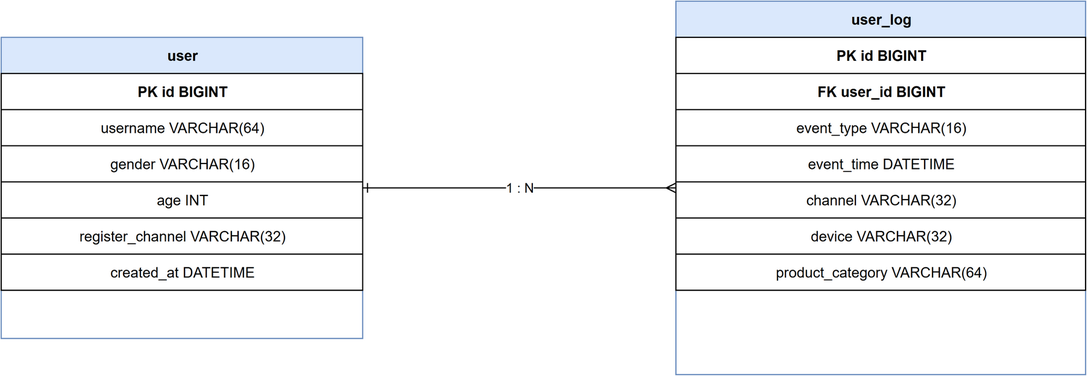
CR-730/java-course-design keeps this draw.io diagram as docs/er-diagram.drawio.png. Above is the earlier version. Source tidied: cells renumbered, new cells last; positions are measured from the earlier drawing's top-left corner, leaving out a move shared by most shapes. Its diagram source:
```xml
<mxGraphModel>
  <root>
    <mxCell id="0" />
    <mxCell id="1" parent="0" />
    <mxCell id="2" value="user" style="shape=table;startSize=30;rowLines=0;fontStyle=1;strokeColor=#6c8ebf;fillColor=#dae8fc;html=1;" parent="1" vertex="1">
      <mxGeometry y="30" width="300" height="250" as="geometry" />
    </mxCell>
    <mxCell id="3" value="PK id BIGINT" style="shape=tableRow;horizontal=1;startSize=0;swimlaneHead=0;swimlaneBody=0;fillColor=none;fontSize=12;fontStyle=1;html=1;" parent="2" vertex="1">
      <mxGeometry y="30" width="300" height="30" as="geometry" />
    </mxCell>
    <mxCell id="4" value="username VARCHAR(64)" style="shape=tableRow;horizontal=1;startSize=0;swimlaneHead=0;swimlaneBody=0;fillColor=none;fontSize=12;html=1;" parent="2" vertex="1">
      <mxGeometry y="60" width="300" height="30" as="geometry" />
    </mxCell>
    <mxCell id="5" value="gender VARCHAR(16)" style="shape=tableRow;horizontal=1;startSize=0;swimlaneHead=0;swimlaneBody=0;fillColor=none;fontSize=12;html=1;" parent="2" vertex="1">
      <mxGeometry y="90" width="300" height="30" as="geometry" />
    </mxCell>
    <mxCell id="6" value="age INT" style="shape=tableRow;horizontal=1;startSize=0;swimlaneHead=0;swimlaneBody=0;fillColor=none;fontSize=12;html=1;" parent="2" vertex="1">
      <mxGeometry y="120" width="300" height="30" as="geometry" />
    </mxCell>
    <mxCell id="7" value="register_channel VARCHAR(32)" style="shape=tableRow;horizontal=1;startSize=0;swimlaneHead=0;swimlaneBody=0;fillColor=none;fontSize=12;html=1;" parent="2" vertex="1">
      <mxGeometry y="150" width="300" height="30" as="geometry" />
    </mxCell>
    <mxCell id="8" value="created_at DATETIME" style="shape=tableRow;horizontal=1;startSize=0;swimlaneHead=0;swimlaneBody=0;fillColor=none;fontSize=12;html=1;" parent="2" vertex="1">
      <mxGeometry y="180" width="300" height="30" as="geometry" />
    </mxCell>
    <mxCell id="9" value="user_log" style="shape=table;startSize=30;rowLines=0;fontStyle=1;strokeColor=#6c8ebf;fillColor=#dae8fc;html=1;" parent="1" vertex="1">
      <mxGeometry x="560" width="340" height="310" as="geometry" />
    </mxCell>
    <mxCell id="10" value="PK id BIGINT" style="shape=tableRow;horizontal=1;startSize=0;swimlaneHead=0;swimlaneBody=0;fillColor=none;fontSize=12;fontStyle=1;html=1;" parent="9" vertex="1">
      <mxGeometry y="30" width="340" height="30" as="geometry" />
    </mxCell>
    <mxCell id="11" value="FK user_id BIGINT" style="shape=tableRow;horizontal=1;startSize=0;swimlaneHead=0;swimlaneBody=0;fillColor=none;fontSize=12;fontStyle=1;html=1;" parent="9" vertex="1">
      <mxGeometry y="60" width="340" height="30" as="geometry" />
    </mxCell>
    <mxCell id="12" value="event_type VARCHAR(16)" style="shape=tableRow;horizontal=1;startSize=0;swimlaneHead=0;swimlaneBody=0;fillColor=none;fontSize=12;html=1;" parent="9" vertex="1">
      <mxGeometry y="90" width="340" height="30" as="geometry" />
    </mxCell>
    <mxCell id="13" value="event_time DATETIME" style="shape=tableRow;horizontal=1;startSize=0;swimlaneHead=0;swimlaneBody=0;fillColor=none;fontSize=12;html=1;" parent="9" vertex="1">
      <mxGeometry y="120" width="340" height="30" as="geometry" />
    </mxCell>
    <mxCell id="14" value="channel VARCHAR(32)" style="shape=tableRow;horizontal=1;startSize=0;swimlaneHead=0;swimlaneBody=0;fillColor=none;fontSize=12;html=1;" parent="9" vertex="1">
      <mxGeometry y="150" width="340" height="30" as="geometry" />
    </mxCell>
    <mxCell id="15" value="device VARCHAR(32)" style="shape=tableRow;horizontal=1;startSize=0;swimlaneHead=0;swimlaneBody=0;fillColor=none;fontSize=12;html=1;" parent="9" vertex="1">
      <mxGeometry y="180" width="340" height="30" as="geometry" />
    </mxCell>
    <mxCell id="16" value="product_category VARCHAR(64)" style="shape=tableRow;horizontal=1;startSize=0;swimlaneHead=0;swimlaneBody=0;fillColor=none;fontSize=12;html=1;" parent="9" vertex="1">
      <mxGeometry y="210" width="340" height="30" as="geometry" />
    </mxCell>
    <mxCell id="17" value="1 : N" style="edgeStyle=orthogonalEdgeStyle;rounded=1;jettySize=auto;html=1;endArrow=ERmany;startArrow=ERone;exitX=1;exitY=0.5;exitDx=0;exitDy=0;entryX=0;entryY=0.5;entryDx=0;entryDy=0;" parent="1" edge="1" source="2" target="9">
      <mxGeometry relative="1" as="geometry" />
    </mxCell>
  </root>
</mxGraphModel>
```
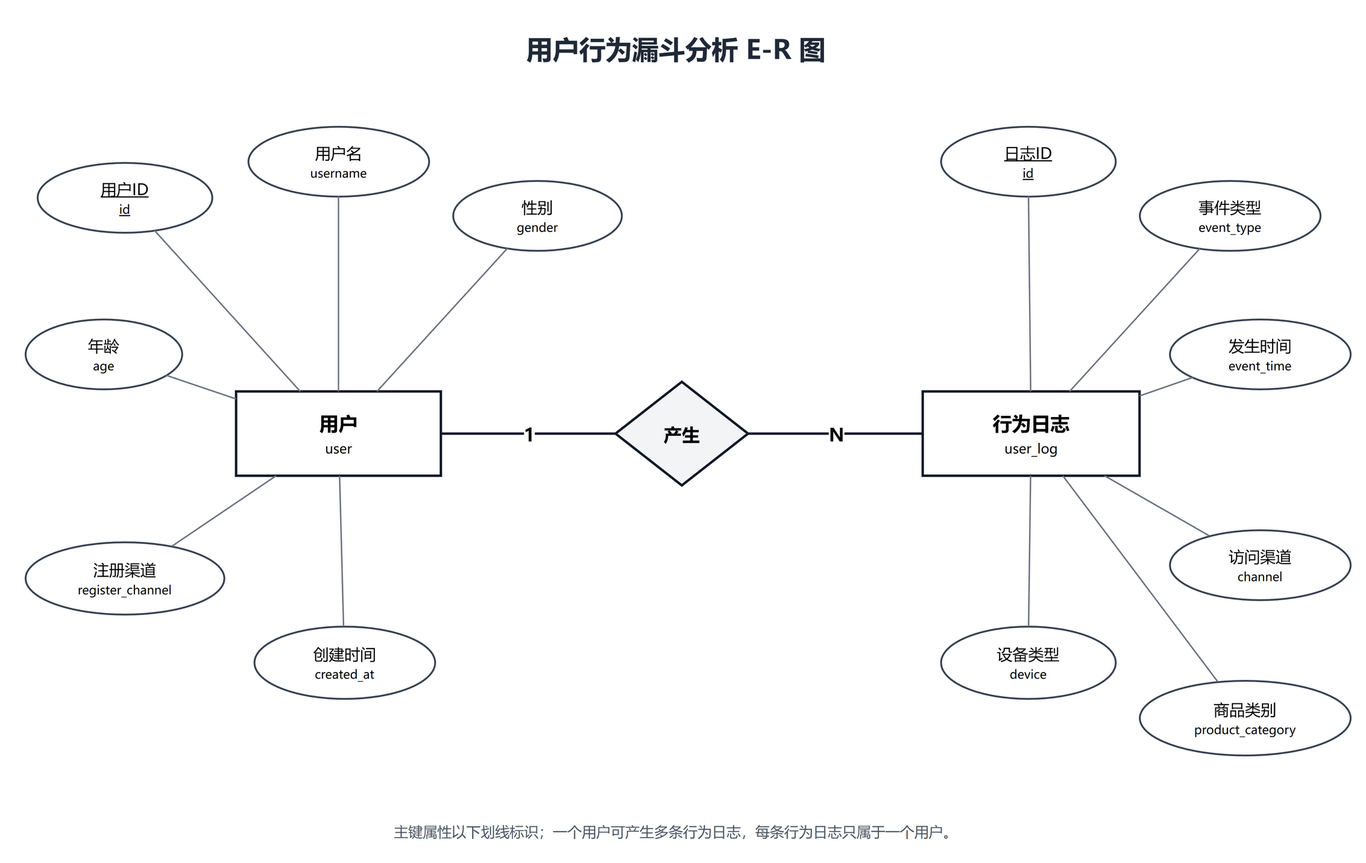
The same file after the commit.

Commit message:
docs: 按 Chen 记法重绘 E-R 图

What changed in the source:
```diff
@@ -2,53 +2,98 @@
   <root>
     <mxCell id="0" />
     <mxCell id="1" parent="0" />
-    <mxCell id="2" value="user" style="shape=table;startSize=30;rowLines=0;fontStyle=1;strokeColor=#6c8ebf;fillColor=#dae8fc;html=1;" parent="1" vertex="1">
-      <mxGeometry y="30" width="300" height="250" as="geometry" />
-    </mxCell>
-    <mxCell id="3" value="PK id BIGINT" style="shape=tableRow;horizontal=1;startSize=0;swimlaneHead=0;swimlaneBody=0;fillColor=none;fontSize=12;fontStyle=1;html=1;" parent="2" vertex="1">
-      <mxGeometry y="30" width="300" height="30" as="geometry" />
-    </mxCell>
-    <mxCell id="4" value="username VARCHAR(64)" style="shape=tableRow;horizontal=1;startSize=0;swimlaneHead=0;swimlaneBody=0;fillColor=none;fontSize=12;html=1;" parent="2" vertex="1">
-      <mxGeometry y="60" width="300" height="30" as="geometry" />
-    </mxCell>
-    <mxCell id="5" value="gender VARCHAR(16)" style="shape=tableRow;horizontal=1;startSize=0;swimlaneHead=0;swimlaneBody=0;fillColor=none;fontSize=12;html=1;" parent="2" vertex="1">
-      <mxGeometry y="90" width="300" height="30" as="geometry" />
-    </mxCell>
-    <mxCell id="6" value="age INT" style="shape=tableRow;horizontal=1;startSize=0;swimlaneHead=0;swimlaneBody=0;fillColor=none;fontSize=12;html=1;" parent="2" vertex="1">
-      <mxGeometry y="120" width="300" height="30" as="geometry" />
-    </mxCell>
-    <mxCell id="7" value="register_channel VARCHAR(32)" style="shape=tableRow;horizontal=1;startSize=0;swimlaneHead=0;swimlaneBody=0;fillColor=none;fontSize=12;html=1;" parent="2" vertex="1">
-      <mxGeometry y="150" width="300" height="30" as="geometry" />
-    </mxCell>
-    <mxCell id="8" value="created_at DATETIME" style="shape=tableRow;horizontal=1;startSize=0;swimlaneHead=0;swimlaneBody=0;fillColor=none;fontSize=12;html=1;" parent="2" vertex="1">
-      <mxGeometry y="180" width="300" height="30" as="geometry" />
-    </mxCell>
-    <mxCell id="9" value="user_log" style="shape=table;startSize=30;rowLines=0;fontStyle=1;strokeColor=#6c8ebf;fillColor=#dae8fc;html=1;" parent="1" vertex="1">
-      <mxGeometry x="560" width="340" height="310" as="geometry" />
-    </mxCell>
-    <mxCell id="10" value="PK id BIGINT" style="shape=tableRow;horizontal=1;startSize=0;swimlaneHead=0;swimlaneBody=0;fillColor=none;fontSize=12;fontStyle=1;html=1;" parent="9" vertex="1">
-      <mxGeometry y="30" width="340" height="30" as="geometry" />
-    </mxCell>
-    <mxCell id="11" value="FK user_id BIGINT" style="shape=tableRow;horizontal=1;startSize=0;swimlaneHead=0;swimlaneBody=0;fillColor=none;fontSize=12;fontStyle=1;html=1;" parent="9" vertex="1">
-      <mxGeometry y="60" width="340" height="30" as="geometry" />
-    </mxCell>
-    <mxCell id="12" value="event_type VARCHAR(16)" style="shape=tableRow;horizontal=1;startSize=0;swimlaneHead=0;swimlaneBody=0;fillColor=none;fontSize=12;html=1;" parent="9" vertex="1">
-      <mxGeometry y="90" width="340" height="30" as="geometry" />
-    </mxCell>
-    <mxCell id="13" value="event_time DATETIME" style="shape=tableRow;horizontal=1;startSize=0;swimlaneHead=0;swimlaneBody=0;fillColor=none;fontSize=12;html=1;" parent="9" vertex="1">
-      <mxGeometry y="120" width="340" height="30" as="geometry" />
-    </mxCell>
-    <mxCell id="14" value="channel VARCHAR(32)" style="shape=tableRow;horizontal=1;startSize=0;swimlaneHead=0;swimlaneBody=0;fillColor=none;fontSize=12;html=1;" parent="9" vertex="1">
-      <mxGeometry y="150" width="340" height="30" as="geometry" />
-    </mxCell>
-    <mxCell id="15" value="device VARCHAR(32)" style="shape=tableRow;horizontal=1;startSize=0;swimlaneHead=0;swimlaneBody=0;fillColor=none;fontSize=12;html=1;" parent="9" vertex="1">
-      <mxGeometry y="180" width="340" height="30" as="geometry" />
-    </mxCell>
-    <mxCell id="16" value="product_category VARCHAR(64)" style="shape=tableRow;horizontal=1;startSize=0;swimlaneHead=0;swimlaneBody=0;fillColor=none;fontSize=12;html=1;" parent="9" vertex="1">
-      <mxGeometry y="210" width="340" height="30" as="geometry" />
-    </mxCell>
-    <mxCell id="17" value="1 : N" style="edgeStyle=orthogonalEdgeStyle;rounded=1;jettySize=auto;html=1;endArrow=ERmany;startArrow=ERone;exitX=1;exitY=0.5;exitDx=0;exitDy=0;entryX=0;entryY=0.5;entryDx=0;entryDy=0;" parent="1" edge="1" source="2" target="9">
-      <mxGeometry relative="1" as="geometry" />
-    </mxCell>
+    <mxCell id="18" value="用户行为漏斗分析 E-R 图" style="text;html=1;strokeColor=none;fillColor=none;align=center;verticalAlign=middle;whiteSpace=wrap;fontFamily=Microsoft YaHei;fontSize=22;fontStyle=1;fontColor=#1f2937;" parent="1" vertex="1">
+      <mxGeometry x="230" y="-55" width="470" height="40" as="geometry" />
+    </mxCell>
+    <mxCell id="19" value="&lt;b&gt;用户&lt;/b&gt;&lt;br&gt;&lt;font style=&quot;font-size:11px&quot;&gt;user&lt;/font&gt;" style="rounded=0;whiteSpace=wrap;html=1;fillColor=#ffffff;strokeColor=#111827;strokeWidth=2;fontFamily=Microsoft YaHei;fontSize=16;align=center;verticalAlign=middle;" parent="1" vertex="1">
+      <mxGeometry x="100" y="250" width="170" height="70" as="geometry" />
+    </mxCell>
+    <mxCell id="20" value="&lt;b&gt;行为日志&lt;/b&gt;&lt;br&gt;&lt;font style=&quot;font-size:11px&quot;&gt;user_log&lt;/font&gt;" style="rounded=0;whiteSpace=wrap;html=1;fillColor=#ffffff;strokeColor=#111827;strokeWidth=2;fontFamily=Microsoft YaHei;fontSize=16;align=center;verticalAlign=middle;" parent="1" vertex="1">
+      <mxGeometry x="670" y="250" width="180" height="70" as="geometry" />
+    </mxCell>
+    <mxCell id="21" value="产生" style="rhombus;whiteSpace=wrap;html=1;fillColor=#f3f4f6;strokeColor=#111827;strokeWidth=2;fontFamily=Microsoft YaHei;fontSize=15;fontStyle=1;align=center;verticalAlign=middle;" parent="1" vertex="1">
+      <mxGeometry x="415" y="242" width="110" height="86" as="geometry" />
+    </mxCell>
+    <mxCell id="22" value="用户ID&lt;br&gt;&lt;font style=&quot;font-size:10px&quot;&gt;id&lt;/font&gt;" style="ellipse;whiteSpace=wrap;html=1;fillColor=#ffffff;strokeColor=#374151;strokeWidth=1.5;fontFamily=Microsoft YaHei;fontSize=13;fontStyle=4;align=center;verticalAlign=middle;" parent="1" vertex="1">
+      <mxGeometry x="-65" y="60" width="145" height="58" as="geometry" />
+    </mxCell>
+    <mxCell id="23" value="用户名&lt;br&gt;&lt;font style=&quot;font-size:10px&quot;&gt;username&lt;/font&gt;" style="ellipse;whiteSpace=wrap;html=1;fillColor=#ffffff;strokeColor=#374151;strokeWidth=1.5;fontFamily=Microsoft YaHei;fontSize=13;align=center;verticalAlign=middle;" parent="1" vertex="1">
+      <mxGeometry x="110" y="30" width="150" height="58" as="geometry" />
+    </mxCell>
+    <mxCell id="24" value="性别&lt;br&gt;&lt;font style=&quot;font-size:10px&quot;&gt;gender&lt;/font&gt;" style="ellipse;whiteSpace=wrap;html=1;fillColor=#ffffff;strokeColor=#374151;strokeWidth=1.5;fontFamily=Microsoft YaHei;fontSize=13;align=center;verticalAlign=middle;" parent="1" vertex="1">
+      <mxGeometry x="280" y="75" width="140" height="58" as="geometry" />
+    </mxCell>
+    <mxCell id="25" value="年龄&lt;br&gt;&lt;font style=&quot;font-size:10px&quot;&gt;age&lt;/font&gt;" style="ellipse;whiteSpace=wrap;html=1;fillColor=#ffffff;strokeColor=#374151;strokeWidth=1.5;fontFamily=Microsoft YaHei;fontSize=13;align=center;verticalAlign=middle;" parent="1" vertex="1">
+      <mxGeometry x="-75" y="190" width="130" height="58" as="geometry" />
+    </mxCell>
+    <mxCell id="26" value="注册渠道&lt;br&gt;&lt;font style=&quot;font-size:10px&quot;&gt;register_channel&lt;/font&gt;" style="ellipse;whiteSpace=wrap;html=1;fillColor=#ffffff;strokeColor=#374151;strokeWidth=1.5;fontFamily=Microsoft YaHei;fontSize=13;align=center;verticalAlign=middle;" parent="1" vertex="1">
+      <mxGeometry x="-75" y="375" width="165" height="60" as="geometry" />
+    </mxCell>
+    <mxCell id="27" value="创建时间&lt;br&gt;&lt;font style=&quot;font-size:10px&quot;&gt;created_at&lt;/font&gt;" style="ellipse;whiteSpace=wrap;html=1;fillColor=#ffffff;strokeColor=#374151;strokeWidth=1.5;fontFamily=Microsoft YaHei;fontSize=13;align=center;verticalAlign=middle;" parent="1" vertex="1">
+      <mxGeometry x="115" y="445" width="150" height="60" as="geometry" />
+    </mxCell>
+    <mxCell id="28" value="日志ID&lt;br&gt;&lt;font style=&quot;font-size:10px&quot;&gt;id&lt;/font&gt;" style="ellipse;whiteSpace=wrap;html=1;fillColor=#ffffff;strokeColor=#374151;strokeWidth=1.5;fontFamily=Microsoft YaHei;fontSize=13;fontStyle=4;align=center;verticalAlign=middle;" parent="1" vertex="1">
+      <mxGeometry x="685" y="30" width="145" height="58" as="geometry" />
+    </mxCell>
+    <mxCell id="29" value="事件类型&lt;br&gt;&lt;font style=&quot;font-size:10px&quot;&gt;event_type&lt;/font&gt;" style="ellipse;whiteSpace=wrap;html=1;fillColor=#ffffff;strokeColor=#374151;strokeWidth=1.5;fontFamily=Microsoft YaHei;fontSize=13;align=center;verticalAlign=middle;" parent="1" vertex="1">
+      <mxGeometry x="850" y="75" width="150" height="58" as="geometry" />
+    </mxCell>
+    <mxCell id="30" value="发生时间&lt;br&gt;&lt;font style=&quot;font-size:10px&quot;&gt;event_time&lt;/font&gt;" style="ellipse;whiteSpace=wrap;html=1;fillColor=#ffffff;strokeColor=#374151;strokeWidth=1.5;fontFamily=Microsoft YaHei;fontSize=13;align=center;verticalAlign=middle;" parent="1" vertex="1">
+      <mxGeometry x="875" y="190" width="150" height="58" as="geometry" />
+    </mxCell>
+    <mxCell id="31" value="访问渠道&lt;br&gt;&lt;font style=&quot;font-size:10px&quot;&gt;channel&lt;/font&gt;" style="ellipse;whiteSpace=wrap;html=1;fillColor=#ffffff;strokeColor=#374151;strokeWidth=1.5;fontFamily=Microsoft YaHei;fontSize=13;align=center;verticalAlign=middle;" parent="1" vertex="1">
+      <mxGeometry x="875" y="365" width="150" height="58" as="geometry" />
+    </mxCell>
+    <mxCell id="32" value="设备类型&lt;br&gt;&lt;font style=&quot;font-size:10px&quot;&gt;device&lt;/font&gt;" style="ellipse;whiteSpace=wrap;html=1;fillColor=#ffffff;strokeColor=#374151;strokeWidth=1.5;fontFamily=Microsoft YaHei;fontSize=13;align=center;verticalAlign=middle;" parent="1" vertex="1">
+      <mxGeometry x="685" y="445" width="145" height="60" as="geometry" />
+    </mxCell>
+    <mxCell id="33" value="商品类别&lt;br&gt;&lt;font style=&quot;font-size:10px&quot;&gt;product_category&lt;/font&gt;" style="ellipse;whiteSpace=wrap;html=1;fillColor=#ffffff;strokeColor=#374151;strokeWidth=1.5;fontFamily=Microsoft YaHei;fontSize=13;align=center;verticalAlign=middle;" parent="1" vertex="1">
+      <mxGeometry x="850" y="490" width="175" height="62" as="geometry" />
+    </mxCell>
+    <mxCell id="34" value="1" style="edgeStyle=none;rounded=0;html=1;endArrow=none;startArrow=none;strokeColor=#111827;strokeWidth=2;fontFamily=Microsoft YaHei;fontSize=15;fontStyle=1;labelBackgroundColor=#ffffff;" parent="1" edge="1" source="19" target="21">
+      <mxGeometry relative="1" as="geometry" />
+    </mxCell>
+    <mxCell id="35" value="N" style="edgeStyle=none;rounded=0;html=1;endArrow=none;startArrow=none;strokeColor=#111827;strokeWidth=2;fontFamily=Microsoft YaHei;fontSize=15;fontStyle=1;labelBackgroundColor=#ffffff;" parent="1" edge="1" source="21" target="20">
+      <mxGeometry relative="1" as="geometry" />
+    </mxCell>
+    <mxCell id="36" style="edgeStyle=none;rounded=0;html=1;endArrow=none;startArrow=none;strokeColor=#6b7280;strokeWidth=1.2;" parent="1" edge="1" source="19" target="22">
+      <mxGeometry relative="1" as="geometry" />
+    </mxCell>
+    <mxCell id="37" style="edgeStyle=none;rounded=0;html=1;endArrow=none;startArrow=none;strokeColor=#6b7280;strokeWidth=1.2;" parent="1" edge="1" source="19" target="23">
+      <mxGeometry relative="1" as="geometry" />
+    </mxCell>
+    <mxCell id="38" style="edgeStyle=none;rounded=0;html=1;endArrow=none;startArrow=none;strokeColor=#6b7280;strokeWidth=1.2;" parent="1" edge="1" source="19" target="24">
+      <mxGeometry relative="1" as="geometry" />
+    </mxCell>
+    <mxCell id="39" style="edgeStyle=none;rounded=0;html=1;endArrow=none;startArrow=none;strokeColor=#6b7280;strokeWidth=1.2;" parent="1" edge="1" source="19" target="25">
+      <mxGeometry relative="1" as="geometry" />
+    </mxCell>
+    <mxCell id="40" style="edgeStyle=none;rounded=0;html=1;endArrow=none;startArrow=none;strokeColor=#6b7280;strokeWidth=1.2;" parent="1" edge="1" source="19" target="26">
+      <mxGeometry relative="1" as="geometry" />
+    </mxCell>
+    <mxCell id="41" style="edgeStyle=none;rounded=0;html=1;endArrow=none;startArrow=none;strokeColor=#6b7280;strokeWidth=1.2;" parent="1" edge="1" source="19" target="27">
+      <mxGeometry relative="1" as="geometry" />
+    </mxCell>
+    <mxCell id="42" style="edgeStyle=none;rounded=0;html=1;endArrow=none;startArrow=none;strokeColor=#6b7280;strokeWidth=1.2;" parent="1" edge="1" source="20" target="28">
+      <mxGeometry relative="1" as="geometry" />
+    </mxCell>
+    <mxCell id="43" style="edgeStyle=none;rounded=0;html=1;endArrow=none;startArrow=none;strokeColor=#6b7280;strokeWidth=1.2;" parent="1" edge="1" source="20" target="29">
+      <mxGeometry relative="1" as="geometry" />
+    </mxCell>
+    <mxCell id="44" style="edgeStyle=none;rounded=0;html=1;endArrow=none;startArrow=none;strokeColor=#6b7280;strokeWidth=1.2;" parent="1" edge="1" source="20" target="30">
+      <mxGeometry relative="1" as="geometry" />
+    </mxCell>
+    <mxCell id="45" style="edgeStyle=none;rounded=0;html=1;endArrow=none;startArrow=none;strokeColor=#6b7280;strokeWidth=1.2;" parent="1" edge="1" source="20" target="31">
+      <mxGeometry relative="1" as="geometry" />
+    </mxCell>
+    <mxCell id="46" style="edgeStyle=none;rounded=0;html=1;endArrow=none;startArrow=none;strokeColor=#6b7280;strokeWidth=1.2;" parent="1" edge="1" source="20" target="32">
+      <mxGeometry relative="1" as="geometry" />
+    </mxCell>
+    <mxCell id="47" style="edgeStyle=none;rounded=0;html=1;endArrow=none;startArrow=none;strokeColor=#6b7280;strokeWidth=1.2;" parent="1" edge="1" source="20" target="33">
+      <mxGeometry relative="1" as="geometry" />
+    </mxCell>
+    <mxCell id="48" value="主键属性以下划线标识；一个用户可产生多条行为日志，每条行为日志只属于一个用户。" style="text;html=1;strokeColor=none;fillColor=none;align=center;verticalAlign=middle;whiteSpace=wrap;fontFamily=Microsoft YaHei;fontSize=12;fontColor=#4b5563;" parent="1" vertex="1">
+      <mxGeometry x="165" y="600" width="600" height="30" as="geometry" />
+    </mxCell>
   </root>
 </mxGraphModel>
```
